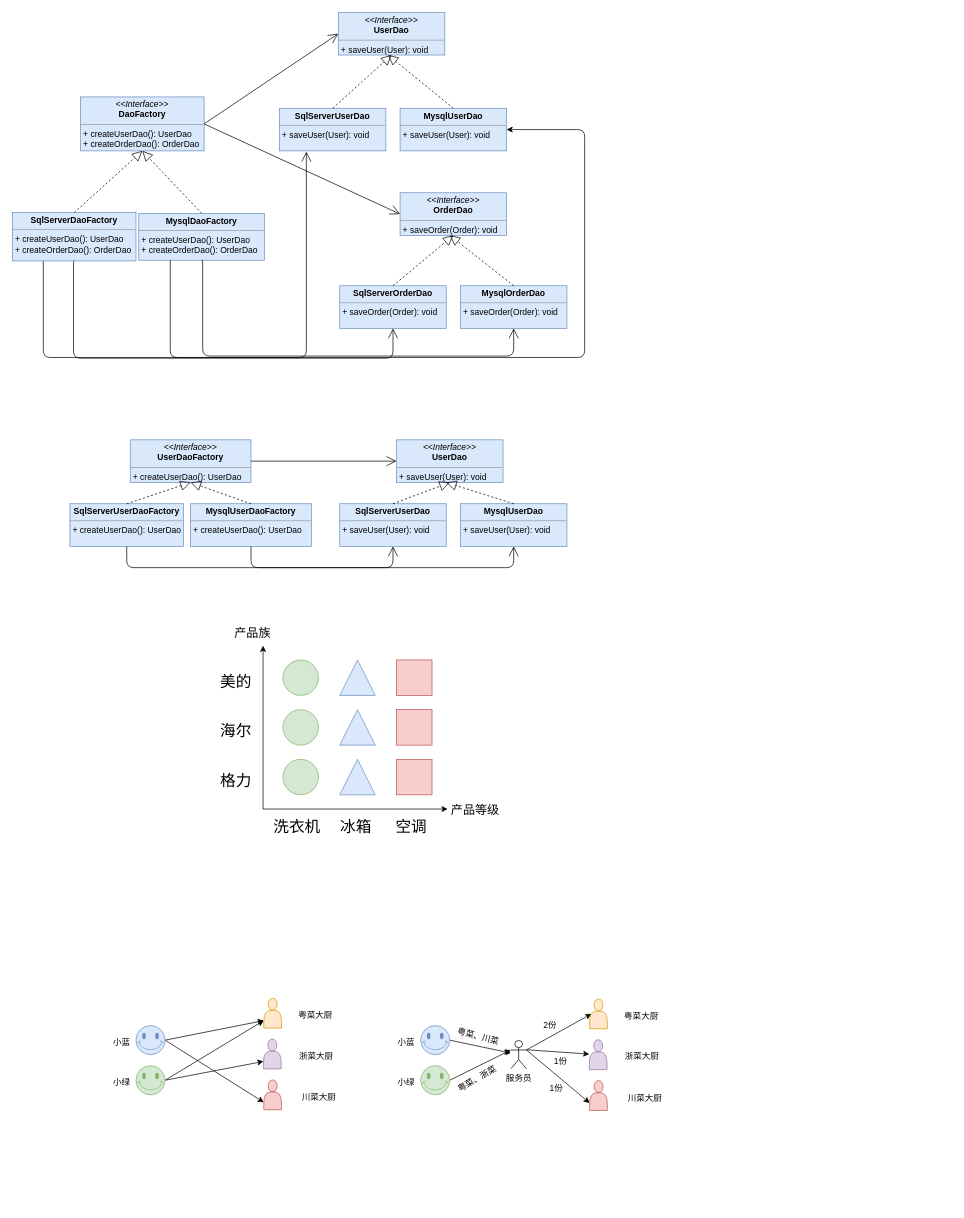
The draw.io diagram 设计模式.drawio in onwayboy/-, before the edit. Source tidied: cells renumbered, new cells numbered last; positions are measured from the earlier drawing's top-left corner, leaving out a move shared by most shapes. Both pictures are drawn from the tidied source at 71%, with x=0, y=0 at pixel (12, 12).
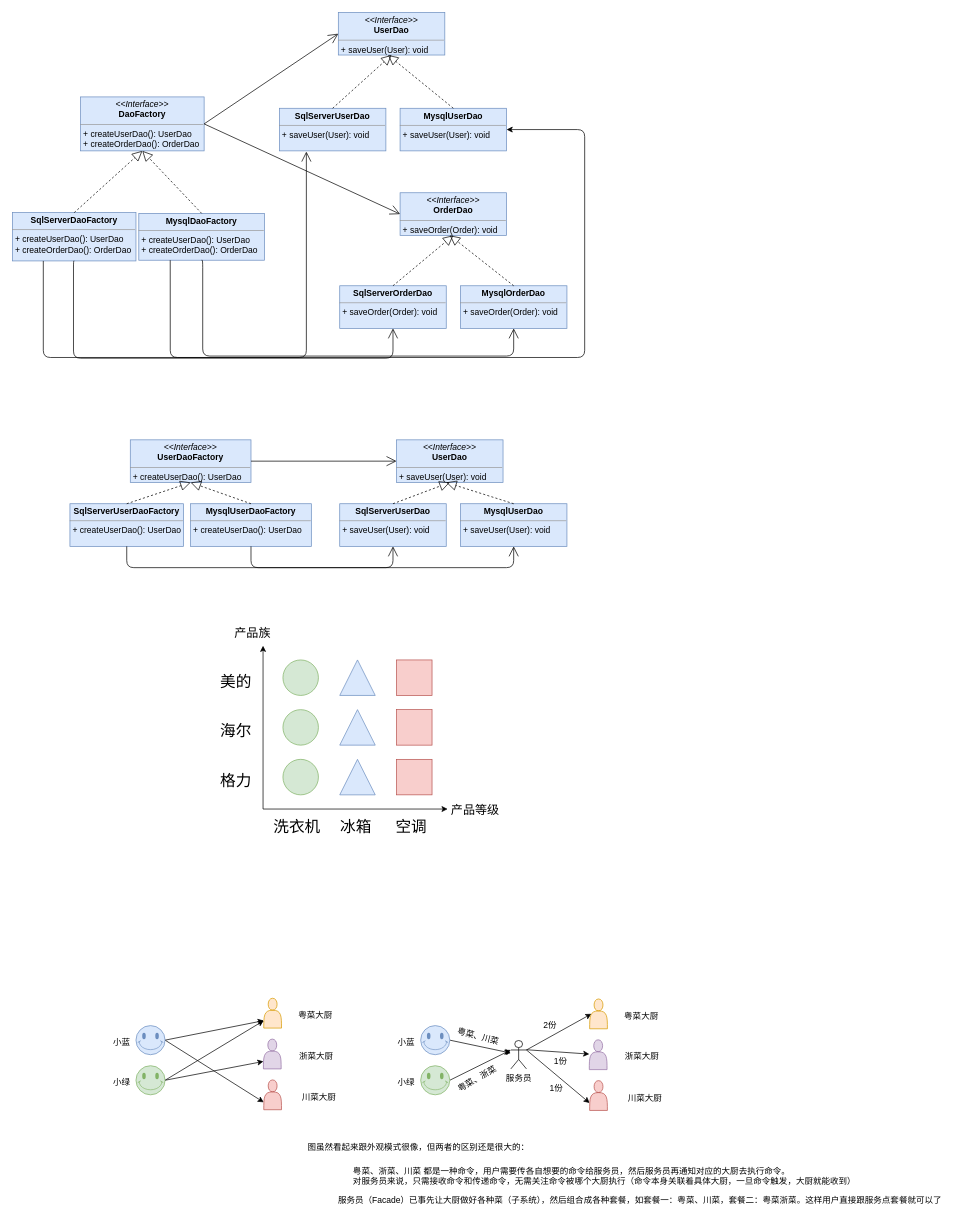
Above is the later version.

The edit, as a diff of the source:
```diff
@@
+    <mxCell id="90" value="图虽然看起来跟外观模式很像，但两者的区别还是很大的：" style="text;html=1;align=left;verticalAlign=top;spacingTop=-4;" parent="1" vertex="1">
+      <mxGeometry x="414" y="1589" width="322" height="14" as="geometry" />
+    </mxCell>
+    <mxCell id="91" value="粤菜、浙菜、川菜 都是一种命令，用户需要传各自想要的命令给服务员，然后服务员再通知对应的大厨去执行命令。&lt;br&gt;对服务员来说，只需接收命令和传递命令，无需关注命令被哪个大厨执行（命令本身关联着具体大厨，一旦命令触发，大厨就能收到）" style="text;html=1;align=left;verticalAlign=top;spacingTop=-4;" parent="1" vertex="1">
+      <mxGeometry x="478" y="1622" width="718" height="28" as="geometry" />
+    </mxCell>
+    <mxCell id="92" value="服务员（Facade）已事先让大厨做好各种菜（子系统），然后组合成各种套餐，如套餐一：粤菜、川菜，套餐二：粤菜浙菜。这样用户直接跟服务点套餐就可以了" style="text;html=1;align=left;verticalAlign=top;spacingTop=-4;" parent="1" vertex="1">
+      <mxGeometry x="457" y="1663" width="866" height="14" as="geometry" />
+    </mxCell>
```
